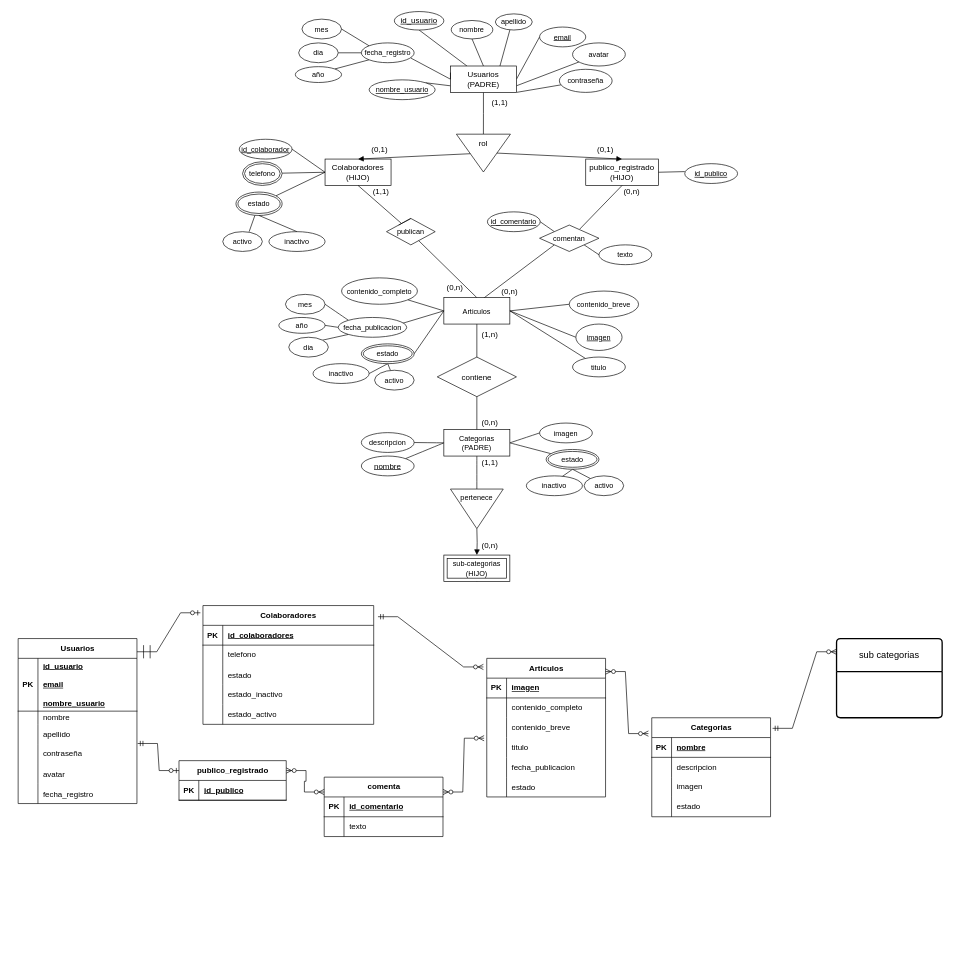
Before: Desafio_s5.drawio in mauricioarcez/desafios_info, a draw.io diagram. Source tidied: cells renumbered, new cells numbered last; positions are measured from the earlier drawing's top-left corner, leaving out a move shared by most shapes. Both pictures are drawn from the tidied source at 66%, with x=0, y=0 at pixel (11, 11).
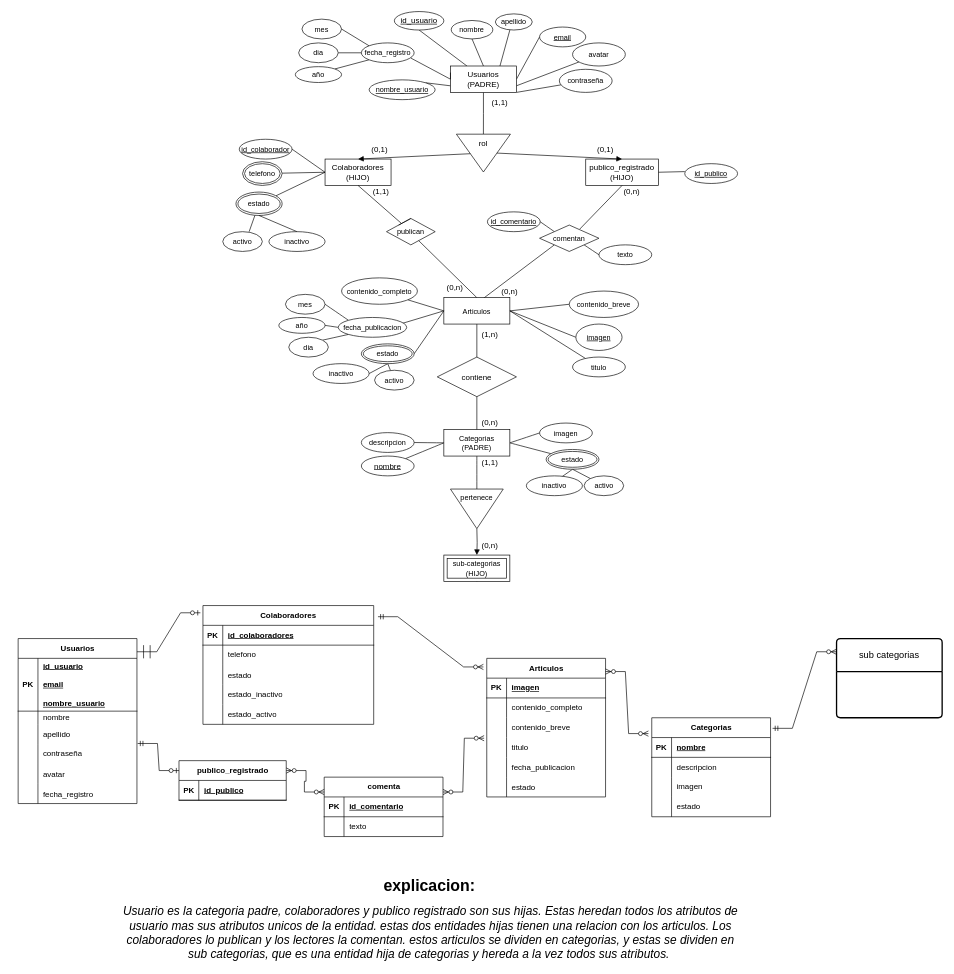
The same page after the edit.

Change to the diagram source:
```diff
@@
+    <mxCell id="208" value="&lt;font style=&quot;font-size: 24px;&quot;&gt;&lt;b&gt;explicacion:&lt;/b&gt;&lt;/font&gt;&amp;nbsp;&lt;br&gt;&lt;br&gt;&lt;i&gt;&lt;font style=&quot;font-size: 18px;&quot;&gt;Usuario es la categoria padre, colaboradores y publico registrado son sus hijas. Estas heredan todos los atributos de usuario mas sus atributos unicos de la entidad. estas dos entidades hijas tienen una relacion con los articulos. Los colaboradores lo publican y los lectores la comentan. estos articulos se dividen en categorias, y estas se dividen en sub categorias, que es una entidad hija de categorias y hereda a la vez todos sus atributos.&amp;nbsp;&lt;/font&gt;&lt;/i&gt;" style="text;strokeColor=none;align=center;fillColor=none;html=1;verticalAlign=middle;whiteSpace=wrap;rounded=0;" parent="1" vertex="1">
+      <mxGeometry x="160" y="1310" width="950" height="130" as="geometry" />
+    </mxCell>
```
